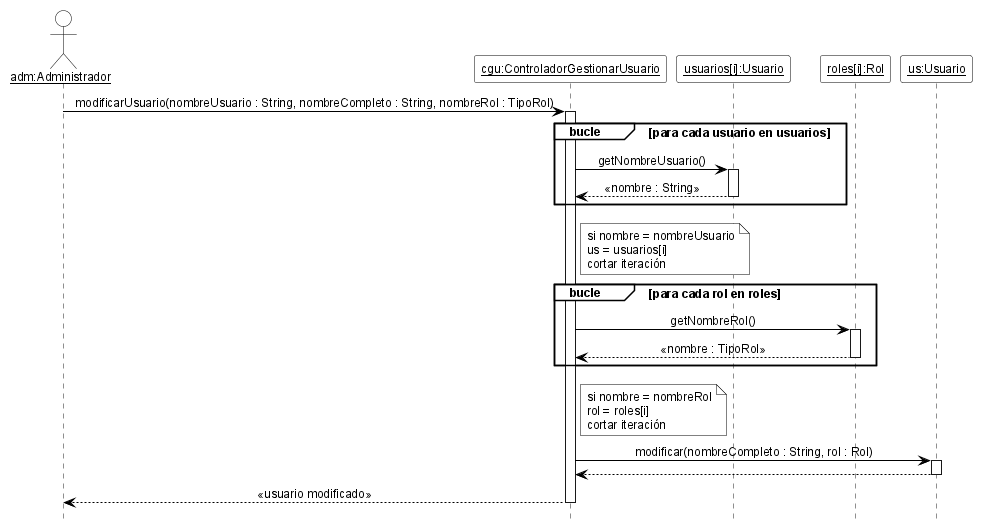
Earlier version of the PlantUML export 08-Diagrama De Secuencia/DSD_CU-02_modificarUsuario.png (cirotop/Stock-Project).
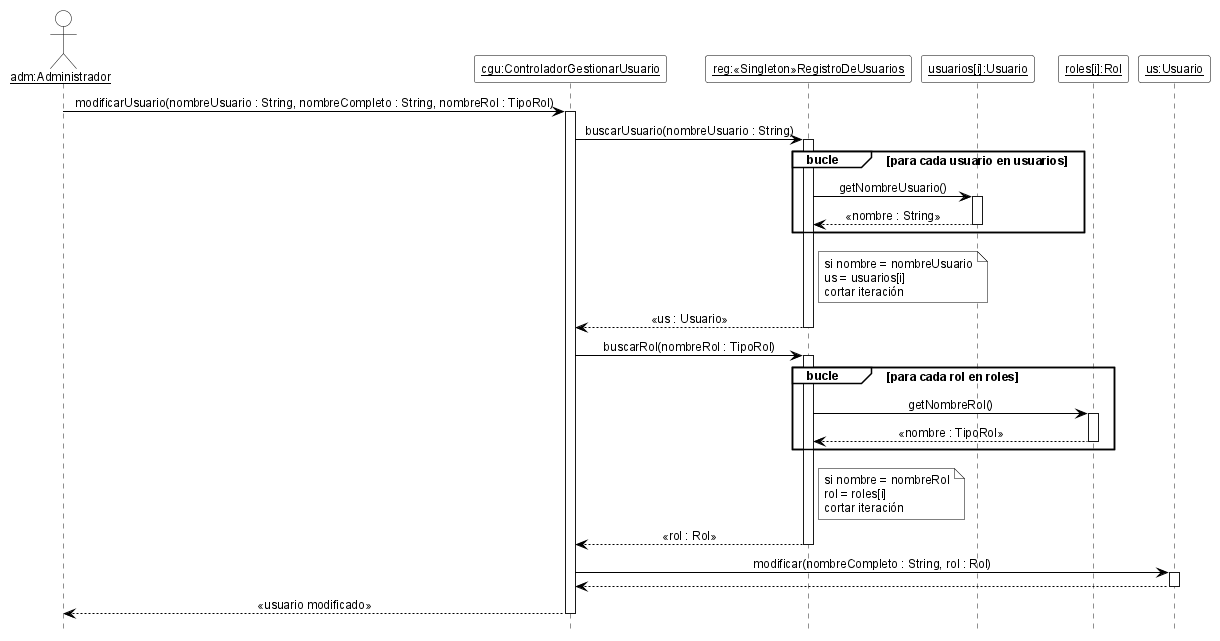
After the change.

Diff of the diagram source:
```diff
@@ -7,6 +7,8 @@
 skinparam ArrowColor black
 skinparam ParticipantBackgroundColor white
 skinparam ParticipantBorderColor black
+skinparam CollectionsBackgroundColor white
+skinparam CollectionsBorderColor black
 skinparam ActorBackgroundColor white
 skinparam ActorBorderColor black
 skinparam LifeLineBorderColor black
@@ -19,29 +21,34 @@
 
 actor "<u>adm:Administrador</u>" as adm
 participant "<u>cgu:ControladorGestionarUsuario</u>" as cgu
+participant "<u>reg:«Singleton»RegistroDeUsuarios</u>" as reg
 participant "<u>usuarios[i]:Usuario</u>" as ui
 participant "<u>roles[i]:Rol</u>" as ri
 participant "<u>us:Usuario</u>" as us
 
 adm -> cgu ++ : modificarUsuario(nombreUsuario : String, nombreCompleto : String, nombreRol : TipoRol)
+cgu -> reg ++ : buscarUsuario(nombreUsuario : String)
 group bucle [para cada usuario en usuarios]
-  cgu -> ui ++ : getNombreUsuario()
-  ui --> cgu -- : «nombre : String»
+  reg -> ui ++ : getNombreUsuario()
+  ui --> reg -- : «nombre : String»
 end
-note right of cgu
+note right of reg
   si nombre = nombreUsuario
   us = usuarios[i]
   cortar iteración
 end note
+reg --> cgu -- : «us : Usuario»
+cgu -> reg ++ : buscarRol(nombreRol : TipoRol)
 group bucle [para cada rol en roles]
-  cgu -> ri ++ : getNombreRol()
-  ri --> cgu -- : «nombre : TipoRol»
+  reg -> ri ++ : getNombreRol()
+  ri --> reg -- : «nombre : TipoRol»
 end
-note right of cgu
+note right of reg
   si nombre = nombreRol
   rol = roles[i]
   cortar iteración
 end note
+reg --> cgu -- : «rol : Rol»
 cgu -> us ++ : modificar(nombreCompleto : String, rol : Rol)
 us --> cgu --
 cgu --> adm -- : «usuario modificado»
```
